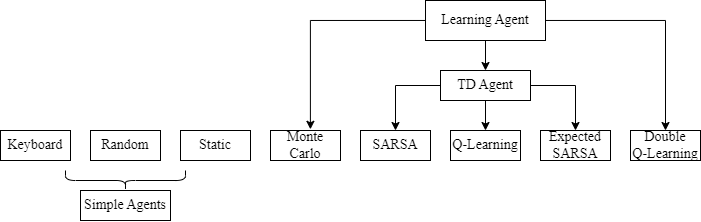
Above: Thesis/img/agents_tree.png in AdilovicUna/Space-run-AI (draw.io), before the change. Source tidied: cells renumbered, new cells last; positions are measured from the earlier drawing's top-left corner, leaving out a move shared by most shapes.
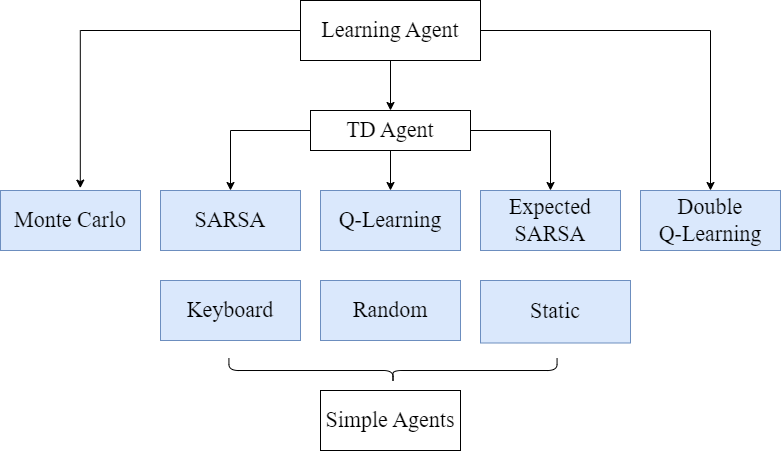
After the change.

Change to the diagram source:
```diff
@@ -2,29 +2,29 @@
   <root>
     <mxCell id="0" />
     <mxCell id="1" parent="0" />
-    <mxCell id="2" value="&lt;font style=&quot;font-size: 14px;&quot;&gt;Keyboard&lt;/font&gt;" style="rounded=0;whiteSpace=wrap;html=1;fontSize=14;fontFamily=Times New Roman;" parent="1" vertex="1">
-      <mxGeometry y="130" width="70" height="30" as="geometry" />
+    <mxCell id="2" value="&lt;font style=&quot;font-size: 22px;&quot;&gt;Keyboard&lt;/font&gt;" style="rounded=0;whiteSpace=wrap;html=1;fontSize=22;fontFamily=Times New Roman;fillColor=#DAE8FC;strokeColor=#6c8ebf;fillStyle=solid;labelBorderColor=none;labelBackgroundColor=none;verticalAlign=middle;fontStyle=0;" parent="1" vertex="1">
+      <mxGeometry x="120" y="240" width="140" height="60" as="geometry" />
     </mxCell>
-    <mxCell id="3" value="Random" style="rounded=0;whiteSpace=wrap;html=1;fontSize=14;fontFamily=Times New Roman;" parent="1" vertex="1">
-      <mxGeometry x="90" y="130" width="70" height="30" as="geometry" />
+    <mxCell id="3" value="Random" style="rounded=0;whiteSpace=wrap;html=1;fontSize=22;fontFamily=Times New Roman;fillColor=#DAE8FC;strokeColor=#6c8ebf;fillStyle=solid;labelBorderColor=none;labelBackgroundColor=none;verticalAlign=middle;fontStyle=0;" parent="1" vertex="1">
+      <mxGeometry x="280" y="240" width="140" height="60" as="geometry" />
     </mxCell>
-    <mxCell id="4" value="Static" style="rounded=0;whiteSpace=wrap;html=1;fontSize=14;fontFamily=Times New Roman;" parent="1" vertex="1">
-      <mxGeometry x="180" y="130" width="70" height="30" as="geometry" />
+    <mxCell id="4" value="Static" style="rounded=0;whiteSpace=wrap;html=1;fontSize=22;fontFamily=Times New Roman;fillColor=#DAE8FC;strokeColor=#6c8ebf;fillStyle=solid;labelBorderColor=none;labelBackgroundColor=none;verticalAlign=middle;fontStyle=0;" parent="1" vertex="1">
+      <mxGeometry x="440" y="240" width="150" height="62.5" as="geometry" />
     </mxCell>
-    <mxCell id="5" value="Monte Carlo" style="rounded=0;whiteSpace=wrap;html=1;fontSize=14;fontFamily=Times New Roman;" parent="1" vertex="1">
-      <mxGeometry x="270" y="130" width="70" height="30" as="geometry" />
+    <mxCell id="5" value="Monte Carlo" style="rounded=0;whiteSpace=wrap;html=1;fontSize=22;fontFamily=Times New Roman;fillColor=#DAE8FC;strokeColor=#6c8ebf;fillStyle=solid;labelBorderColor=none;labelBackgroundColor=none;verticalAlign=middle;fontStyle=0;" parent="1" vertex="1">
+      <mxGeometry x="-40" y="150" width="140" height="60" as="geometry" />
     </mxCell>
-    <mxCell id="6" value="SARSA" style="rounded=0;whiteSpace=wrap;html=1;fontSize=14;fontFamily=Times New Roman;" parent="1" vertex="1">
-      <mxGeometry x="360" y="130" width="70" height="30" as="geometry" />
+    <mxCell id="6" value="SARSA" style="rounded=0;whiteSpace=wrap;html=1;fontSize=22;fontFamily=Times New Roman;fillColor=#DAE8FC;strokeColor=#6c8ebf;fillStyle=solid;labelBorderColor=none;labelBackgroundColor=none;verticalAlign=middle;fontStyle=0;" parent="1" vertex="1">
+      <mxGeometry x="120" y="150" width="140" height="60" as="geometry" />
     </mxCell>
-    <mxCell id="7" value="Q-Learning" style="rounded=0;whiteSpace=wrap;html=1;fontSize=14;fontFamily=Times New Roman;" parent="1" vertex="1">
-      <mxGeometry x="450" y="130" width="70" height="30" as="geometry" />
+    <mxCell id="7" value="Q-Learning" style="rounded=0;whiteSpace=wrap;html=1;fontSize=22;fontFamily=Times New Roman;fillColor=#DAE8FC;strokeColor=#6c8ebf;fillStyle=solid;labelBorderColor=none;labelBackgroundColor=none;verticalAlign=middle;fontStyle=0;" parent="1" vertex="1">
+      <mxGeometry x="280" y="150" width="140" height="60" as="geometry" />
     </mxCell>
-    <mxCell id="8" value="Expected SARSA" style="rounded=0;whiteSpace=wrap;html=1;fontSize=14;fontFamily=Times New Roman;" parent="1" vertex="1">
-      <mxGeometry x="540" y="130" width="70" height="30" as="geometry" />
+    <mxCell id="8" value="Expected&lt;br&gt;SARSA" style="rounded=0;whiteSpace=wrap;html=1;fontSize=22;fontFamily=Times New Roman;fillColor=#DAE8FC;strokeColor=#6c8ebf;fillStyle=solid;labelBorderColor=none;labelBackgroundColor=none;verticalAlign=middle;fontStyle=0;" parent="1" vertex="1">
+      <mxGeometry x="440" y="150" width="140" height="60" as="geometry" />
     </mxCell>
-    <mxCell id="9" value="Double &lt;br style=&quot;font-size: 14px;&quot;&gt;Q-Learning" style="rounded=0;whiteSpace=wrap;html=1;fontSize=14;fontFamily=Times New Roman;" parent="1" vertex="1">
-      <mxGeometry x="630" y="130" width="70" height="30" as="geometry" />
+    <mxCell id="9" value="Double&lt;br&gt;Q-Learning" style="rounded=0;whiteSpace=wrap;html=1;fontSize=22;fontFamily=Times New Roman;fillColor=#DAE8FC;strokeColor=#6c8ebf;fillStyle=solid;labelBorderColor=none;labelBackgroundColor=none;verticalAlign=middle;fontStyle=0;" parent="1" vertex="1">
+      <mxGeometry x="600" y="150" width="140" height="60" as="geometry" />
     </mxCell>
     <mxCell id="10" style="edgeStyle=orthogonalEdgeStyle;rounded=0;jettySize=auto;html=1;entryX=0.57;entryY=-0.04;entryDx=0;entryDy=0;entryPerimeter=0;fontFamily=Times New Roman;fontSize=7;" parent="1" edge="1" source="13" target="5">
       <mxGeometry relative="1" as="geometry" />
@@ -35,8 +35,8 @@
     <mxCell id="12" style="edgeStyle=orthogonalEdgeStyle;rounded=0;jettySize=auto;html=1;fontSize=11;" parent="1" edge="1" source="13" target="17">
       <mxGeometry relative="1" as="geometry" />
     </mxCell>
-    <mxCell id="13" value="Learning Agent" style="rounded=0;whiteSpace=wrap;html=1;fontFamily=Times New Roman;fontSize=14;" parent="1" vertex="1">
-      <mxGeometry x="425" width="120" height="40" as="geometry" />
+    <mxCell id="13" value="Learning Agent" style="rounded=0;whiteSpace=wrap;html=1;fontFamily=Times New Roman;fontSize=22;labelBorderColor=none;labelBackgroundColor=none;verticalAlign=middle;fontStyle=0;" parent="1" vertex="1">
+      <mxGeometry x="260" y="-40" width="180" height="60" as="geometry" />
     </mxCell>
     <mxCell id="14" style="edgeStyle=orthogonalEdgeStyle;rounded=0;jettySize=auto;html=1;entryX=0.5;entryY=0;entryDx=0;entryDy=0;fontFamily=Times New Roman;fontSize=7;" parent="1" edge="1" source="17" target="6">
       <mxGeometry relative="1" as="geometry" />
@@ -47,14 +47,14 @@
     <mxCell id="16" style="edgeStyle=orthogonalEdgeStyle;rounded=0;jettySize=auto;html=1;fontFamily=Times New Roman;fontSize=7;" parent="1" edge="1" source="17" target="8">
       <mxGeometry relative="1" as="geometry" />
     </mxCell>
-    <mxCell id="17" value="TD Agent" style="rounded=0;whiteSpace=wrap;html=1;fontFamily=Times New Roman;fontSize=14;" parent="1" vertex="1">
-      <mxGeometry x="440" y="70" width="90" height="30" as="geometry" />
+    <mxCell id="17" value="TD Agent" style="rounded=0;whiteSpace=wrap;html=1;fontFamily=Times New Roman;fontSize=22;labelBorderColor=none;labelBackgroundColor=none;verticalAlign=middle;fontStyle=0;" parent="1" vertex="1">
+      <mxGeometry x="270" y="70" width="160" height="40" as="geometry" />
     </mxCell>
-    <mxCell id="18" style="shape=curlyBracket;whiteSpace=wrap;html=1;rounded=1;labelPosition=left;verticalLabelPosition=middle;align=right;verticalAlign=middle;rotation=-90;" parent="1" vertex="1">
-      <mxGeometry x="115" y="120" width="20" height="120" as="geometry" />
+    <mxCell id="18" style="shape=curlyBracket;whiteSpace=wrap;html=1;rounded=1;labelPosition=left;verticalLabelPosition=middle;align=right;verticalAlign=middle;rotation=-90;size=0.5;" parent="1" vertex="1">
+      <mxGeometry x="340" y="165.9" width="25" height="328.1" as="geometry" />
     </mxCell>
-    <mxCell id="19" value="&lt;font style=&quot;font-size: 14px;&quot;&gt;Simple Agents&lt;/font&gt;" style="rounded=0;whiteSpace=wrap;html=1;verticalAlign=middle;fontSize=14;fontFamily=Times New Roman;" parent="1" vertex="1">
-      <mxGeometry x="80" y="190" width="90" height="30" as="geometry" />
+    <mxCell id="19" value="&lt;font style=&quot;font-size: 22px;&quot;&gt;Simple Agents&lt;/font&gt;" style="rounded=0;whiteSpace=wrap;html=1;verticalAlign=middle;fontSize=22;fontFamily=Times New Roman;labelBorderColor=none;labelBackgroundColor=none;fontStyle=0;" parent="1" vertex="1">
+      <mxGeometry x="280" y="350" width="140" height="60" as="geometry" />
     </mxCell>
   </root>
 </mxGraphModel>
```
